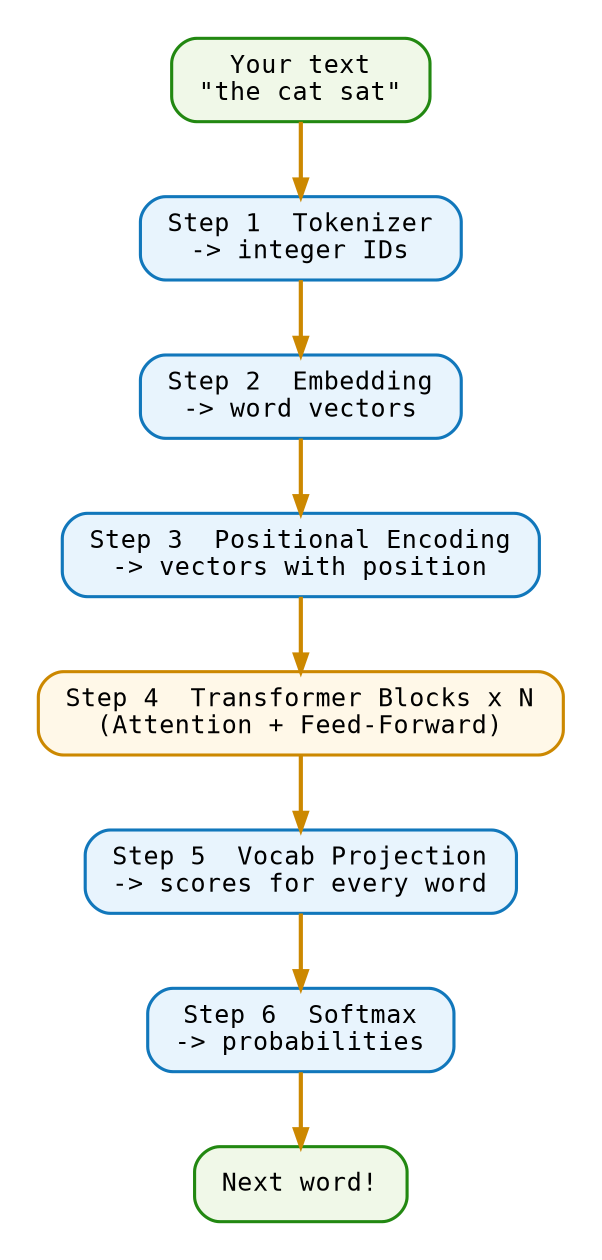
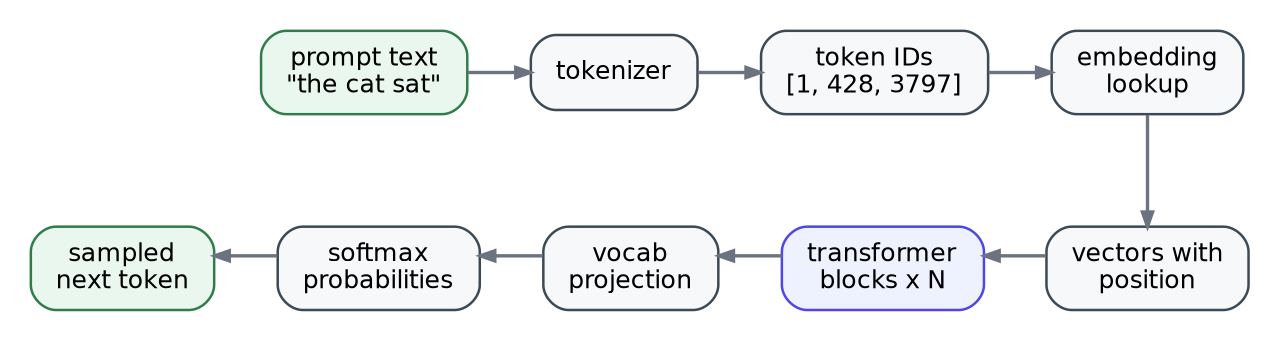
digraph gpt_pipeline {
  graph [
    rankdir=TB,
    bgcolor="white",
-     margin=0.2,
-     nodesep=0.4,
-     ranksep=0.5
+     margin=0.15,
+     nodesep=0.42,
+     ranksep=0.75,
+     splines=ortho
  ];
  node [
    shape=box,
    style="rounded,filled",
-     fontname="Courier",
+     fontname="Helvetica",
    fontsize=12,
-     color="#1177BB",
-     fillcolor="#E8F4FD",
-     penwidth=1.5,
-     margin="0.18,0.10"
+     color="#3B4A54",
+     fillcolor="#F6F8FA",
+     penwidth=1.2,
+     margin="0.16,0.10"
  ];
  edge [
-     color="#CC8800",
-     penwidth=2,
-     arrowsize=0.8
+     color="#6B7280",
+     penwidth=1.6,
+     arrowsize=0.7
  ];

-   input     [label="Your text\n\"the cat sat\"",
-              fillcolor="#F0F8E8", color="#228811"];
-   tokenizer [label="Step 1  Tokenizer\n-> integer IDs"];
-   embedding [label="Step 2  Embedding\n-> word vectors"];
-   positional[label="Step 3  Positional Encoding\n-> vectors with position"];
-   transformer[label="Step 4  Transformer Blocks x N\n(Attention + Feed-Forward)",
-               fillcolor="#FFF8E8", color="#CC8800"];
-   projection[label="Step 5  Vocab Projection\n-> scores for every word"];
-   softmax   [label="Step 6  Softmax\n-> probabilities"];
-   output    [label="Next word!",
-              fillcolor="#F0F8E8", color="#228811"];
+   input [
+     label="prompt text\n\"the cat sat\"",
+     fillcolor="#EAF7EF",
+     color="#2F7D4A"
+   ];
+   tokenizer [label="tokenizer"];
+   ids [label="token IDs\n[1, 428, 3797]"];
+   embedding [label="embedding\nlookup"];

-   input -> tokenizer -> embedding -> positional -> transformer
-         -> projection -> softmax -> output;
+   positioned [label="vectors with\nposition"];
+   transformer [
+     label="transformer\nblocks x N",
+     fillcolor="#EEF2FF",
+     color="#4F46E5"
+   ];
+   projection [label="vocab\nprojection"];
+   softmax [label="softmax\nprobabilities"];
+   output [
+     label="sampled\nnext token",
+     fillcolor="#EAF7EF",
+     color="#2F7D4A"
+   ];
+ 
+   { rank=same; input; tokenizer; ids; embedding; }
+   { rank=same; output; softmax; projection; transformer; positioned; }
+ 
+   input -> tokenizer -> ids -> embedding;
+   embedding -> positioned;
+ 
+   output -> softmax -> projection -> transformer -> positioned [
+     style=invis,
+     weight=100
+   ];
+ 
+   positioned -> transformer [constraint=false];
+   transformer -> projection [constraint=false];
+   projection -> softmax [constraint=false];
+   softmax -> output [constraint=false];
}
